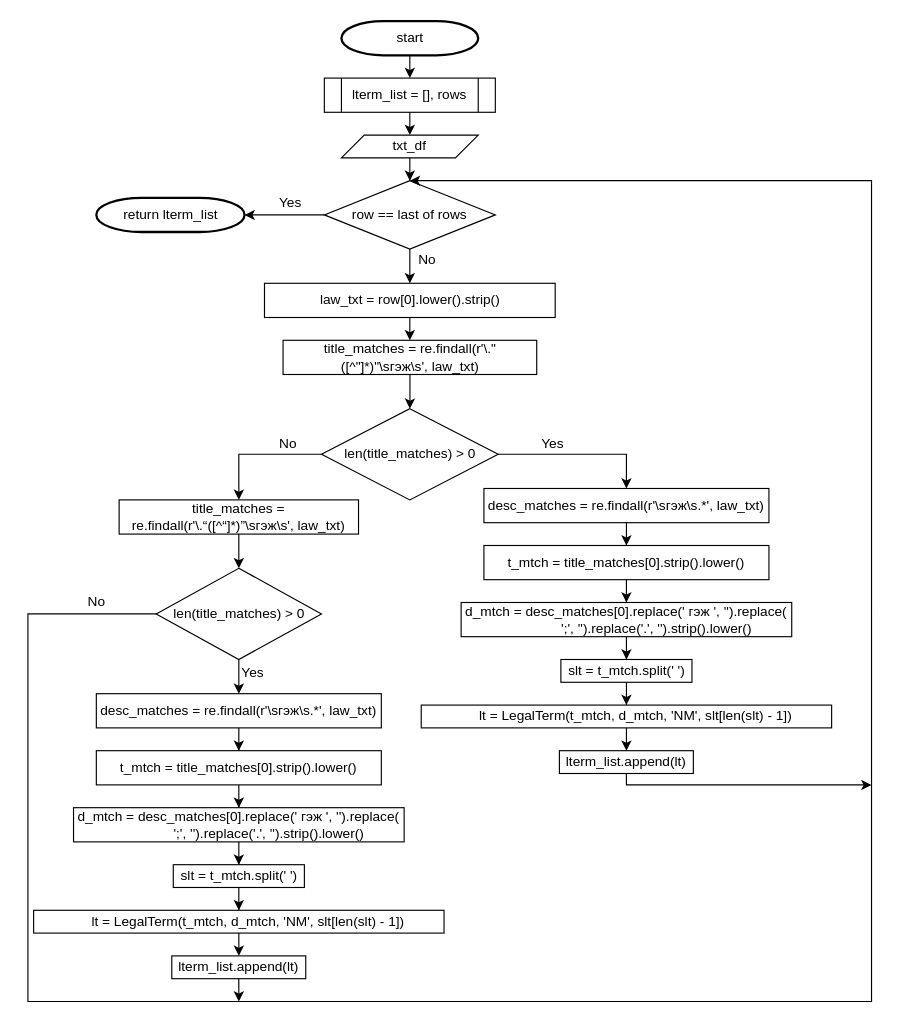
Before: page "Page-2" (2 of 2) of flowchart/search_mwe_func.drawio in Bagabandi152/diagrams.net, a draw.io diagram. Source tidied: cells renumbered, new cells numbered last; positions are measured from the earlier drawing's top-left corner, leaving out a move shared by most shapes. Both pictures are drawn from the tidied source at 114%, with x=0, y=0 at pixel (27, 21).
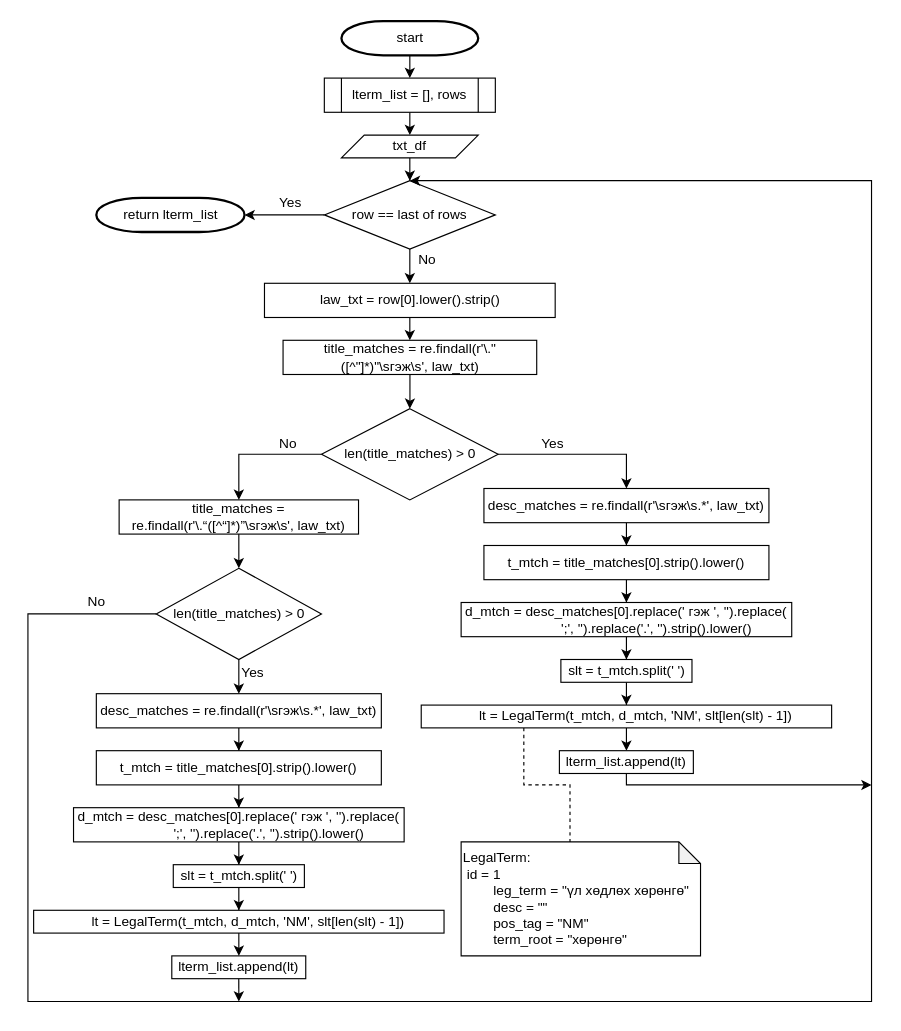
After the change.

The change refers to these unchanged cells:
```xml
<mxCell id="27" value="&lt;div&gt;&lt;span style=&quot;background-color: initial;&quot;&gt;&amp;nbsp; &amp;nbsp; &amp;nbsp; &amp;nbsp; &amp;nbsp; &amp;nbsp; lt = LegalTerm(t_mtch, d_mtch, 'NM', slt[len(slt) - 1])&lt;/span&gt;&lt;span style=&quot;background-color: initial;&quot;&gt;&amp;nbsp; &amp;nbsp; &amp;nbsp; &amp;nbsp;&lt;/span&gt;&lt;/div&gt;" style="whiteSpace=wrap;html=1;" parent="1" vertex="1">
  <mxGeometry x="345" y="600" width="360" height="20" as="geometry" />
</mxCell>
```

Change to the diagram source:
```diff
@@
+    <mxCell id="54" style="edgeStyle=orthogonalEdgeStyle;rounded=0;jettySize=auto;html=1;exitX=0.25;exitY=1;exitDx=0;exitDy=0;entryX=0;entryY=0;entryDx=95.5;entryDy=0;entryPerimeter=0;endArrow=none;endFill=0;dashed=1;" parent="1" edge="1" source="27" target="55">
+      <mxGeometry relative="1" as="geometry" />
+    </mxCell>
@@
+    <mxCell id="55" value="&lt;div&gt;LegalTerm:&lt;/div&gt;&lt;div&gt;&lt;span style=&quot;background-color: initial;&quot;&gt;&lt;span style=&quot;&quot;&gt; &lt;/span&gt;&lt;span style=&quot;white-space: pre;&quot;&gt; &lt;/span&gt;id = 1&lt;/span&gt;&lt;/div&gt;&lt;div&gt;&amp;nbsp; &amp;nbsp; &amp;nbsp; &amp;nbsp; leg_term = &quot;үл хөдлөх хөрөнгө&quot;&lt;/div&gt;&lt;div&gt;&amp;nbsp; &amp;nbsp; &amp;nbsp; &amp;nbsp; desc = &quot;&quot;&lt;/div&gt;&lt;div&gt;&amp;nbsp; &amp;nbsp; &amp;nbsp; &amp;nbsp; pos_tag = &quot;NM&quot;&lt;/div&gt;&lt;div&gt;&amp;nbsp; &amp;nbsp; &amp;nbsp; &amp;nbsp; term_root = &quot;хөрөнгө&quot;&lt;/div&gt;" style="shape=note;whiteSpace=wrap;html=1;backgroundOutline=1;darkOpacity=0.05;align=left;size=19;" parent="1" vertex="1">
+      <mxGeometry x="380" y="720" width="210" height="100" as="geometry" />
+    </mxCell>
```
